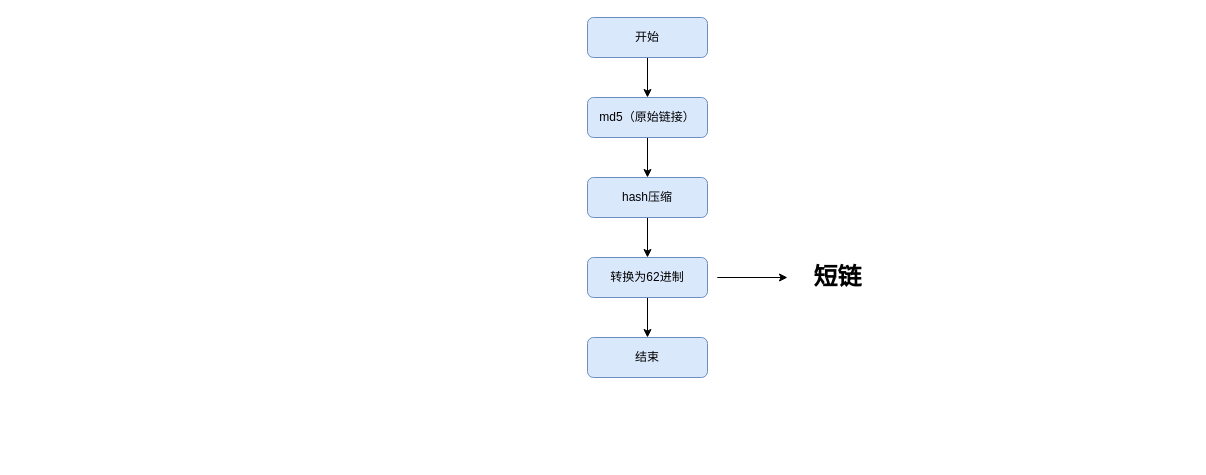
Above: xiwang/短链.drawio in LanSeTianYe/draw (draw.io), before the change. Source tidied: cells renumbered, new cells numbered last; positions are measured from the earlier drawing's top-left corner, leaving out a move shared by most shapes. Both pictures are drawn from the tidied source at 100%, with x=0, y=0 at pixel (587, 17).
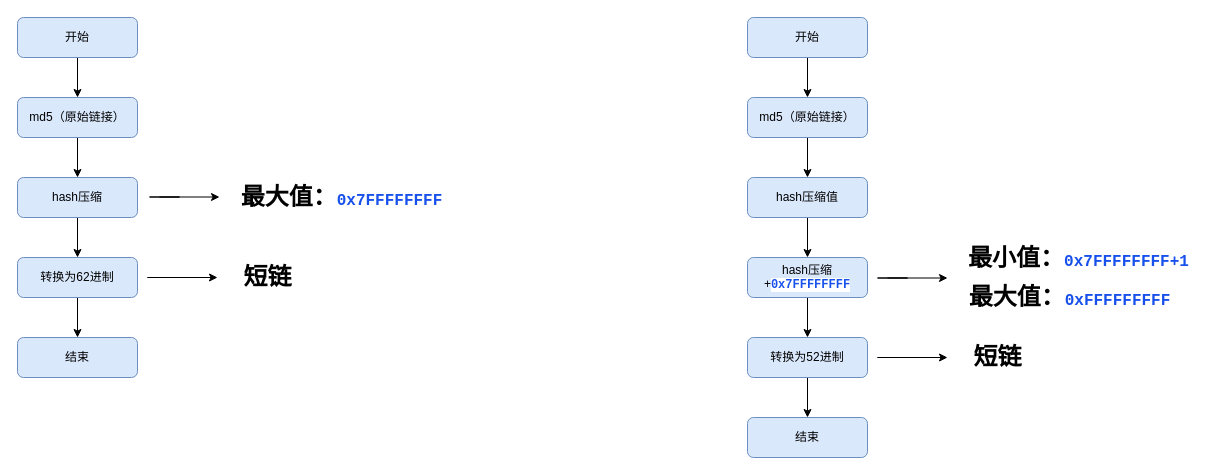
After the change.

Diff of the diagram source:
```diff
@@
     <mxCell id="3" value="开始" style="rounded=1;whiteSpace=wrap;html=1;fillColor=#dae8fc;strokeColor=#6c8ebf;" parent="1" vertex="1">
-      <mxGeometry width="120" height="40" as="geometry" />
+      <mxGeometry x="160" width="120" height="40" as="geometry" />
     </mxCell>
@@
     <mxCell id="5" value="md5（原始链接）" style="rounded=1;whiteSpace=wrap;html=1;fillColor=#dae8fc;strokeColor=#6c8ebf;" parent="1" vertex="1">
-      <mxGeometry y="80" width="120" height="40" as="geometry" />
+      <mxGeometry x="160" y="80" width="120" height="40" as="geometry" />
     </mxCell>
-    <mxCell id="6" style="edgeStyle=orthogonalEdgeStyle;rounded=0;jettySize=auto;html=1;exitX=0.5;exitY=1;exitDx=0;exitDy=0;" parent="1" edge="1" source="7" target="9">
-      <mxGeometry relative="1" as="geometry" />
-    </mxCell>
+    <mxCell id="13" style="edgeStyle=orthogonalEdgeStyle;rounded=0;jettySize=auto;html=1;exitX=0.5;exitY=1;exitDx=0;exitDy=0;entryX=0.5;entryY=0;entryDx=0;entryDy=0;" parent="1" edge="1" source="7" target="30">
+      <mxGeometry relative="1" as="geometry" />
+    </mxCell>
-    <mxCell id="7" value="hash压缩" style="rounded=1;whiteSpace=wrap;html=1;fillColor=#dae8fc;strokeColor=#6c8ebf;" parent="1" vertex="1">
-      <mxGeometry y="160" width="120" height="40" as="geometry" />
+    <mxCell id="7" value="hash压缩值" style="rounded=1;whiteSpace=wrap;html=1;fillColor=#dae8fc;strokeColor=#6c8ebf;" parent="1" vertex="1">
+      <mxGeometry x="160" y="160" width="120" height="40" as="geometry" />
     </mxCell>
@@
-    <mxCell id="9" value="转换为62进制" style="rounded=1;whiteSpace=wrap;html=1;fillColor=#dae8fc;strokeColor=#6c8ebf;" parent="1" vertex="1">
-      <mxGeometry y="240" width="120" height="40" as="geometry" />
+    <mxCell id="9" value="转换为52进制" style="rounded=1;whiteSpace=wrap;html=1;fillColor=#dae8fc;strokeColor=#6c8ebf;" parent="1" vertex="1">
+      <mxGeometry x="160" y="320" width="120" height="40" as="geometry" />
     </mxCell>
     <mxCell id="10" value="结束" style="rounded=1;whiteSpace=wrap;html=1;fillColor=#dae8fc;strokeColor=#6c8ebf;" parent="1" vertex="1">
-      <mxGeometry y="320" width="120" height="40" as="geometry" />
+      <mxGeometry x="160" y="400" width="120" height="40" as="geometry" />
     </mxCell>
     <mxCell id="11" value="短链" style="text;strokeColor=none;fillColor=none;html=1;fontSize=24;fontStyle=1;verticalAlign=middle;align=center;" parent="1" vertex="1">
-      <mxGeometry x="200" y="240" width="100" height="40" as="geometry" />
+      <mxGeometry x="360" y="320" width="100" height="40" as="geometry" />
     </mxCell>
     <mxCell id="12" style="endArrow=classic;html=1;rounded=0;entryX=0;entryY=0.5;entryDx=0;entryDy=0;" parent="1" edge="1" target="11">
       <mxGeometry relative="1" as="geometry">
-        <mxPoint x="140" y="260" as="sourcePoint" />
+        <mxPoint x="300" y="340" as="sourcePoint" />
         <Array as="points">
-          <mxPoint x="160" y="260" />
-          <mxPoint x="130" y="260" />
+          <mxPoint x="320" y="340" />
+          <mxPoint x="290" y="340" />
         </Array>
       </mxGeometry>
     </mxCell>
+    <mxCell id="14" value="最小值：&lt;span style=&quot;color: rgb(23, 80, 235); font-family: &amp;quot;JetBrains Mono&amp;quot;, monospace; font-size: 12pt; background-color: rgb(255, 255, 255);&quot;&gt;0x7FFFFFFFF+1&lt;/span&gt;" style="text;strokeColor=none;fillColor=none;html=1;fontSize=24;fontStyle=1;verticalAlign=middle;align=center;" parent="1" vertex="1">
+      <mxGeometry x="381" y="220.5" width="220" height="40" as="geometry" />
+    </mxCell>
+    <mxCell id="15" style="edgeStyle=orthogonalEdgeStyle;rounded=0;jettySize=auto;html=1;exitX=0.5;exitY=1;exitDx=0;exitDy=0;" parent="1" edge="1" source="16" target="18">
+      <mxGeometry relative="1" as="geometry" />
+    </mxCell>
+    <mxCell id="16" value="开始" style="rounded=1;whiteSpace=wrap;html=1;fillColor=#dae8fc;strokeColor=#6c8ebf;" parent="1" vertex="1">
+      <mxGeometry x="-570" width="120" height="40" as="geometry" />
+    </mxCell>
+    <mxCell id="17" style="edgeStyle=orthogonalEdgeStyle;rounded=0;jettySize=auto;html=1;exitX=0.5;exitY=1;exitDx=0;exitDy=0;" parent="1" edge="1" source="18" target="20">
+      <mxGeometry relative="1" as="geometry" />
+    </mxCell>
+    <mxCell id="18" value="md5（原始链接）" style="rounded=1;whiteSpace=wrap;html=1;fillColor=#dae8fc;strokeColor=#6c8ebf;" parent="1" vertex="1">
+      <mxGeometry x="-570" y="80" width="120" height="40" as="geometry" />
+    </mxCell>
+    <mxCell id="19" style="edgeStyle=orthogonalEdgeStyle;rounded=0;jettySize=auto;html=1;exitX=0.5;exitY=1;exitDx=0;exitDy=0;" parent="1" edge="1" source="20" target="22">
+      <mxGeometry relative="1" as="geometry" />
+    </mxCell>
+    <mxCell id="20" value="hash压缩" style="rounded=1;whiteSpace=wrap;html=1;fillColor=#dae8fc;strokeColor=#6c8ebf;" parent="1" vertex="1">
+      <mxGeometry x="-570" y="160" width="120" height="40" as="geometry" />
+    </mxCell>
+    <mxCell id="21" style="edgeStyle=orthogonalEdgeStyle;rounded=0;jettySize=auto;html=1;exitX=0.5;exitY=1;exitDx=0;exitDy=0;" parent="1" edge="1" source="22" target="23">
+      <mxGeometry relative="1" as="geometry" />
+    </mxCell>
+    <mxCell id="22" value="转换为62进制" style="rounded=1;whiteSpace=wrap;html=1;fillColor=#dae8fc;strokeColor=#6c8ebf;" parent="1" vertex="1">
+      <mxGeometry x="-570" y="240" width="120" height="40" as="geometry" />
+    </mxCell>
+    <mxCell id="23" value="结束" style="rounded=1;whiteSpace=wrap;html=1;fillColor=#dae8fc;strokeColor=#6c8ebf;" parent="1" vertex="1">
+      <mxGeometry x="-570" y="320" width="120" height="40" as="geometry" />
+    </mxCell>
+    <mxCell id="24" value="短链" style="text;strokeColor=none;fillColor=none;html=1;fontSize=24;fontStyle=1;verticalAlign=middle;align=center;" parent="1" vertex="1">
+      <mxGeometry x="-370" y="240" width="100" height="40" as="geometry" />
+    </mxCell>
+    <mxCell id="25" style="endArrow=classic;html=1;rounded=0;entryX=0;entryY=0.5;entryDx=0;entryDy=0;" parent="1" edge="1" target="24">
+      <mxGeometry relative="1" as="geometry">
+        <mxPoint x="-430" y="260" as="sourcePoint" />
+        <Array as="points">
+          <mxPoint x="-410" y="260" />
+          <mxPoint x="-440" y="260" />
+        </Array>
+      </mxGeometry>
+    </mxCell>
+    <mxCell id="26" value="最大值：&lt;span style=&quot;color: rgb(23, 80, 235); font-family: &amp;quot;JetBrains Mono&amp;quot;, monospace; font-size: 12pt; background-color: rgb(255, 255, 255);&quot;&gt;0x7FFFFFFFF&lt;/span&gt;" style="text;strokeColor=none;fillColor=none;html=1;fontSize=24;fontStyle=1;verticalAlign=middle;align=center;" parent="1" vertex="1">
+      <mxGeometry x="-356" y="160" width="220" height="40" as="geometry" />
+    </mxCell>
+    <mxCell id="27" style="endArrow=classic;html=1;rounded=0;entryX=0;entryY=0.5;entryDx=0;entryDy=0;" parent="1" edge="1">
+      <mxGeometry relative="1" as="geometry">
+        <mxPoint x="-428" y="179.5" as="sourcePoint" />
+        <mxPoint x="-368" y="179.5" as="targetPoint" />
+        <Array as="points">
+          <mxPoint x="-408" y="179.5" />
+          <mxPoint x="-438" y="179.5" />
+        </Array>
+      </mxGeometry>
+    </mxCell>
+    <mxCell id="28" value="最大值：&lt;span style=&quot;color: rgb(23, 80, 235); font-family: &amp;quot;JetBrains Mono&amp;quot;, monospace; font-size: 12pt; background-color: rgb(255, 255, 255);&quot;&gt;0xFFFFFFFFF&lt;/span&gt;" style="text;strokeColor=none;fillColor=none;html=1;fontSize=24;fontStyle=1;verticalAlign=middle;align=center;" parent="1" vertex="1">
+      <mxGeometry x="372" y="259.5" width="220" height="40" as="geometry" />
+    </mxCell>
+    <mxCell id="29" style="edgeStyle=orthogonalEdgeStyle;rounded=0;jettySize=auto;html=1;exitX=0.5;exitY=1;exitDx=0;exitDy=0;" parent="1" edge="1" source="30" target="9">
+      <mxGeometry relative="1" as="geometry" />
+    </mxCell>
+    <mxCell id="30" value="&lt;p&gt;hash压缩+&lt;span style=&quot;color: rgb(23, 80, 235); font-family: &amp;quot;JetBrains Mono&amp;quot;, monospace; font-weight: 700; text-wrap: nowrap; background-color: rgb(255, 255, 255);&quot;&gt;&lt;font style=&quot;font-size: 12px;&quot;&gt;0x7FFFFFFFF&lt;/font&gt;&lt;/span&gt;&lt;/p&gt;" style="rounded=1;whiteSpace=wrap;html=1;fillColor=#dae8fc;strokeColor=#6c8ebf;" parent="1" vertex="1">
+      <mxGeometry x="160" y="240" width="120" height="40" as="geometry" />
+    </mxCell>
+    <mxCell id="31" style="endArrow=classic;html=1;rounded=0;entryX=0;entryY=0.5;entryDx=0;entryDy=0;" parent="1" edge="1">
+      <mxGeometry relative="1" as="geometry">
+        <mxPoint x="300" y="260.5" as="sourcePoint" />
+        <mxPoint x="360" y="260.5" as="targetPoint" />
+        <Array as="points">
+          <mxPoint x="320" y="260.5" />
+          <mxPoint x="290" y="260.5" />
+        </Array>
+      </mxGeometry>
+    </mxCell>
```
